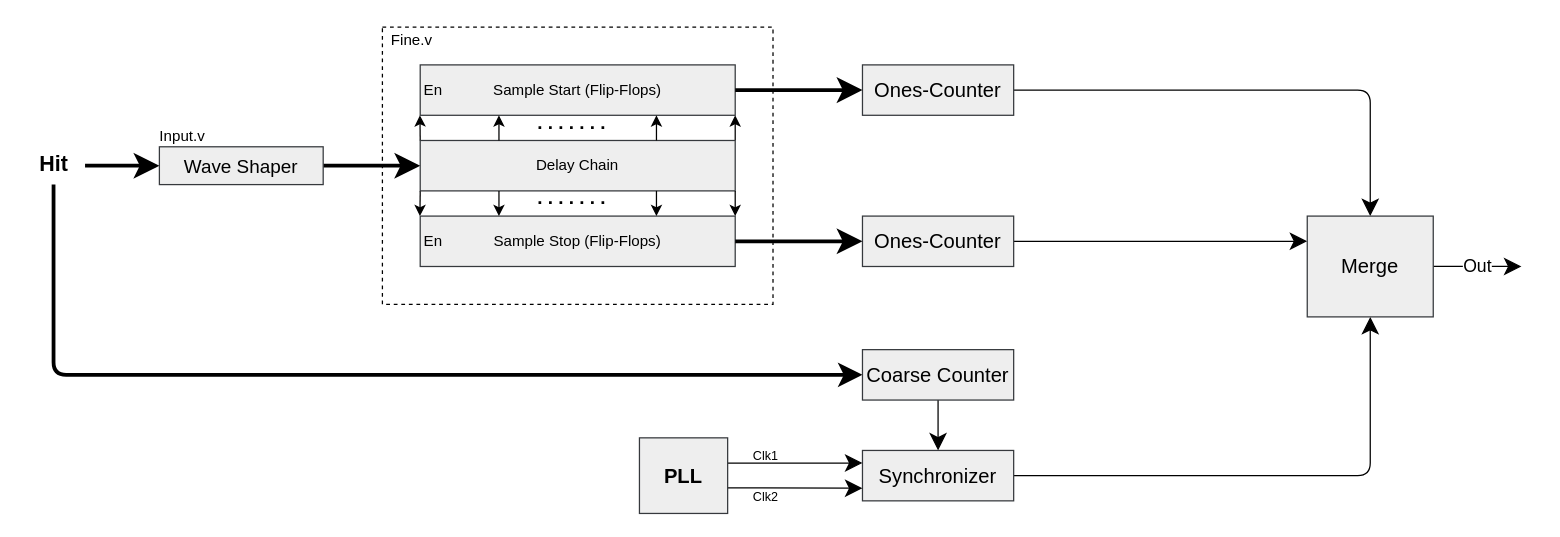
Before: TDC/schemes/architecture.drawio in Miquefil/TDC-in-Artix-7, a draw.io diagram. Source tidied: cells renumbered, new cells numbered last; positions are measured from the earlier drawing's top-left corner, leaving out a move shared by most shapes. Both pictures are drawn from the tidied source at 126%, with x=0, y=0 at pixel (21, 21).
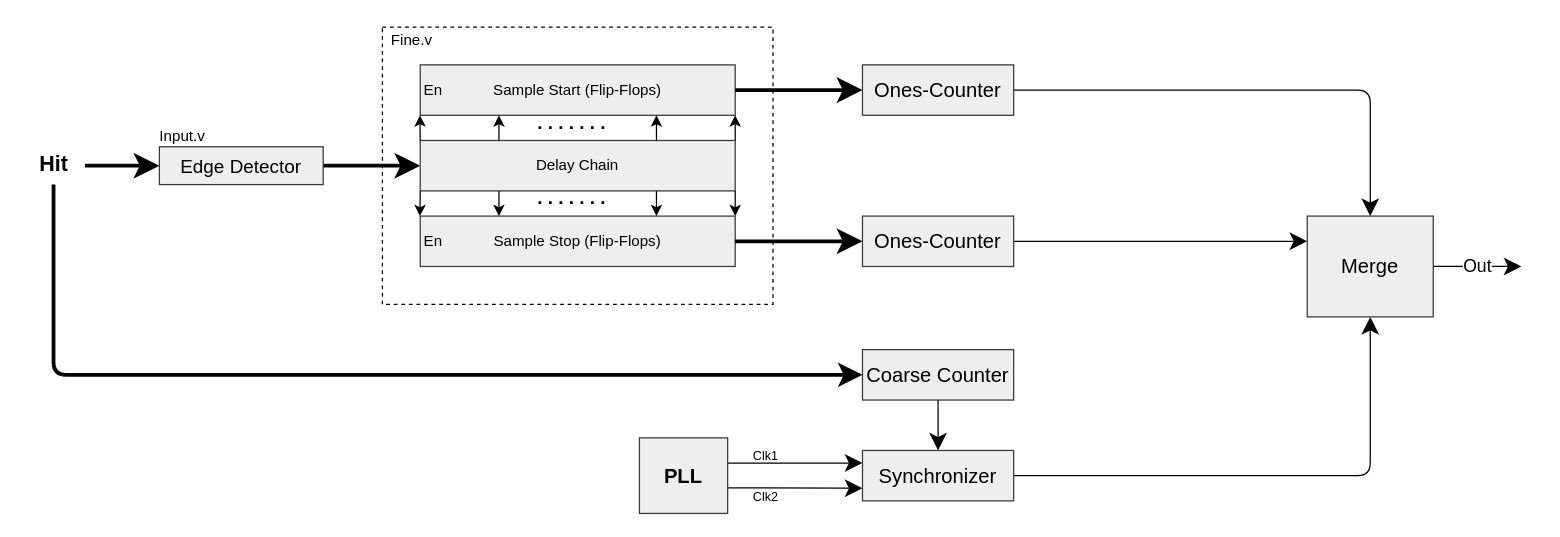
The same page after the edit.

Unchanged cells that the change refers to:
```xml
<mxCell id="21" style="group;" parent="1" vertex="1">
  <mxGeometry x="97" y="74" width="142" height="55" as="geometry" />
</mxCell>
```

What changed in the source:
```diff
@@
-    <mxCell id="22" value="Wave Shaper" style="whiteSpace=wrap;html=1;labelBackgroundColor=none;strokeColor=#36393d;fontSize=15;fillColor=#eeeeee;fontColor=#000000;" parent="21" vertex="1" collapsed="1">
+    <mxCell id="22" value="Edge Detector" style="whiteSpace=wrap;html=1;labelBackgroundColor=none;strokeColor=#36393d;fontSize=15;fillColor=#eeeeee;fontColor=#000000;" parent="21" vertex="1" collapsed="1">
       <mxGeometry x="12" y="25" width="130" height="30" as="geometry" />
     </mxCell>
```
